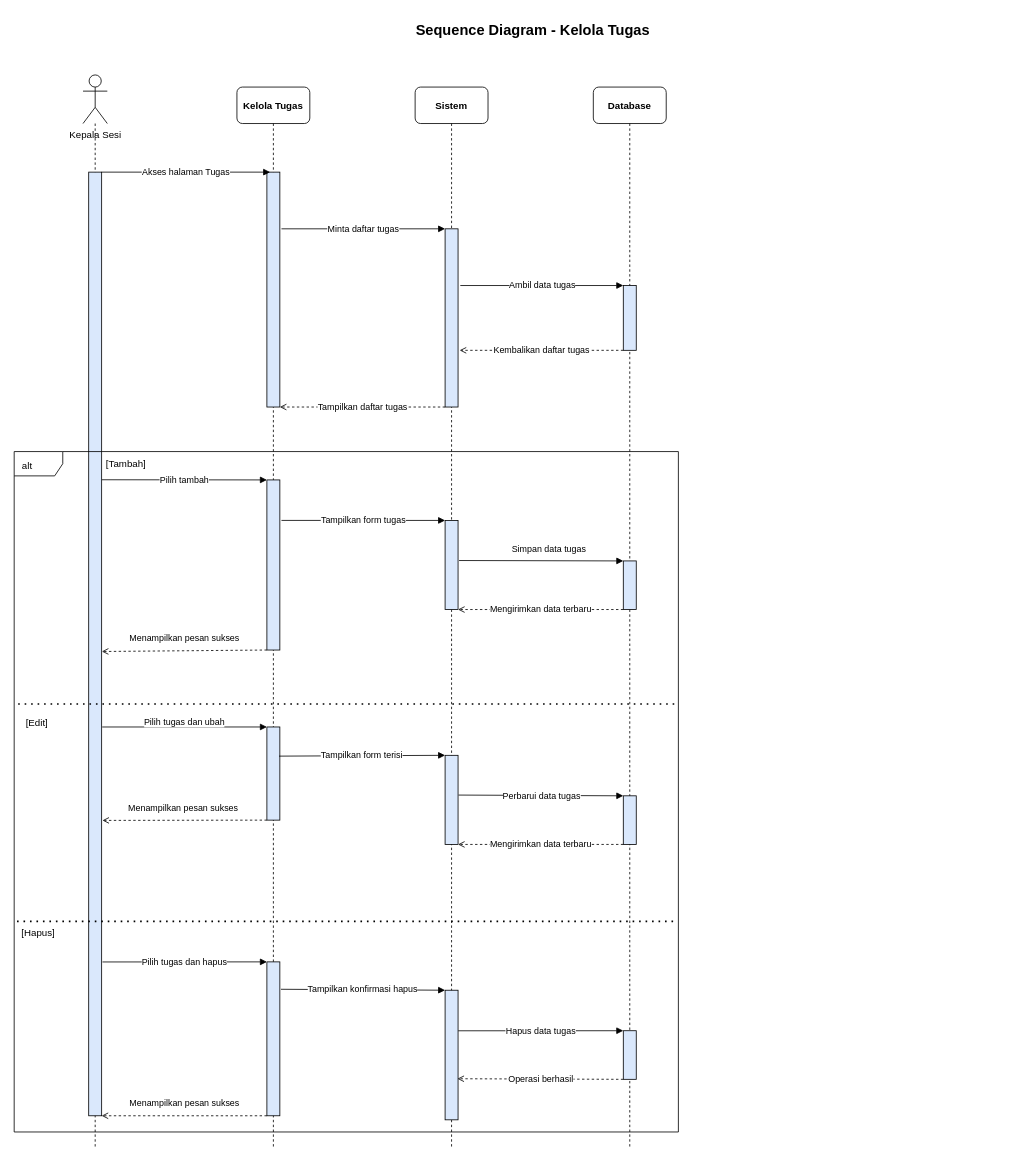
The draw.io diagram page "kelola_tugas" (3 of 21) of diagram/sequence_diagram/sequence_rad_revised_petugas_updated.drawio in gdamar/laporan-ekinerja, before the edit. Source tidied: cells renumbered, new cells numbered last; positions are measured from the earlier drawing's top-left corner, leaving out a move shared by most shapes. Both pictures are drawn from the tidied source at 81%, with x=0, y=0 at pixel (14, 14).
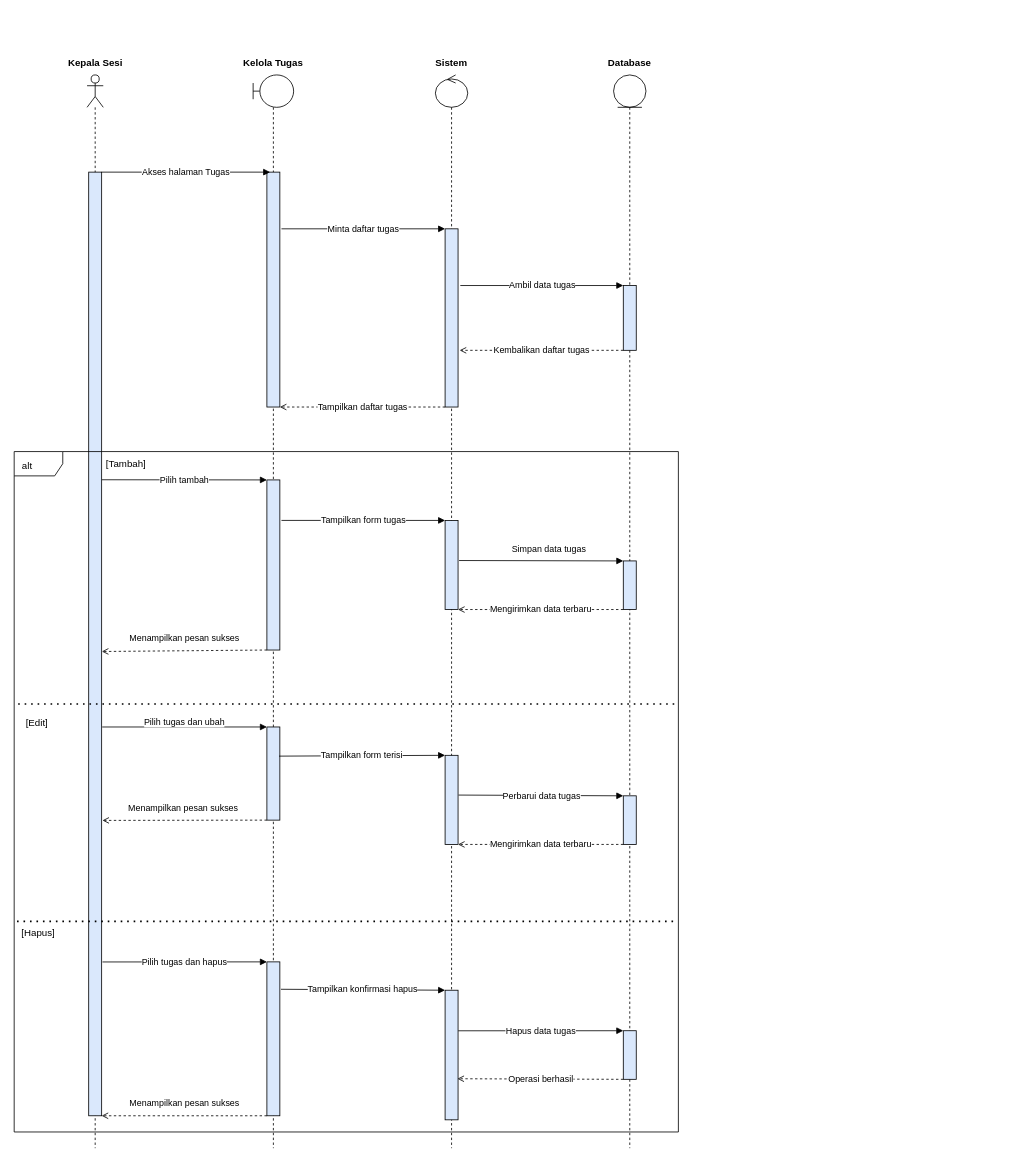
After the change.

Commit message (it also covers changes not shown here):
clean up sequence diagram

Change to the diagram source:
```diff
@@
-    <mxCell id="2" value="Sequence Diagram - Kelola Tugas" style="text;html=1;strokeColor=none;fillColor=none;fontColor=#000000;fontSize=18;fontStyle=1;align=center;verticalAlign=middle;" parent="1" vertex="1">
-      <mxGeometry x="40" width="1200" height="40" as="geometry" />
-    </mxCell>
-    <mxCell id="3" value="Kepala Sesi" style="shape=umlActor;verticalLabelPosition=bottom;verticalAlign=top;html=1;labelPerimeter=1;" parent="1" vertex="1">
-      <mxGeometry x="85" y="75" width="30" height="60" as="geometry" />
+    <mxCell id="3" style="shape=umlLifeline;perimeter=lifelinePerimeter;whiteSpace=wrap;html=1;newEdgeStyle={&quot;edgeStyle&quot;:&quot;sequenceEdgeStyle&quot;,&quot;libavoidRouting&quot;:0,&quot;curved&quot;:0,&quot;rounded&quot;:0};participant=umlActor;" parent="1" vertex="1">
+      <mxGeometry x="90" y="75" width="20" height="1325" as="geometry" />
     </mxCell>
-    <mxCell id="4" style="edgeStyle=none;html=1;dashed=1;strokeColor=#000000;endArrow=none;" parent="1" edge="1">
-      <mxGeometry relative="1" as="geometry">
-        <mxPoint x="100" y="135" as="sourcePoint" />
-        <mxPoint x="100" y="1400" as="targetPoint" />
-      </mxGeometry>
-    </mxCell>
+    <mxCell id="50" value="Kepala Sesi" style="text;html=1;whiteSpace=wrap;strokeColor=none;fillColor=none;align=center;verticalAlign=middle;rounded=0;fontStyle=1;" parent="1" vertex="1">
+      <mxGeometry x="60.5" y="45" width="79" height="30" as="geometry" />
+    </mxCell>
-    <mxCell id="5" value="Kelola Tugas" style="rounded=1;whiteSpace=wrap;html=1;fillColor=none;strokeColor=#000000;fontColor=#000000;fontStyle=1;" parent="1" vertex="1">
-      <mxGeometry x="275" y="90" width="90" height="45" as="geometry" />
+    <mxCell id="5" style="shape=umlLifeline;perimeter=lifelinePerimeter;whiteSpace=wrap;html=1;newEdgeStyle={&quot;edgeStyle&quot;:&quot;sequenceEdgeStyle&quot;,&quot;libavoidRouting&quot;:0,&quot;curved&quot;:0,&quot;rounded&quot;:0};participant=umlBoundary;" parent="1" vertex="1">
+      <mxGeometry x="295" y="75" width="50" height="1325" as="geometry" />
     </mxCell>
-    <mxCell id="6" style="edgeStyle=none;html=1;dashed=1;strokeColor=#000000;endArrow=none;" parent="1" edge="1">
-      <mxGeometry relative="1" as="geometry">
-        <mxPoint x="320" y="135" as="sourcePoint" />
-        <mxPoint x="320" y="1400" as="targetPoint" />
-      </mxGeometry>
-    </mxCell>
+    <mxCell id="51" value="Kelola Tugas" style="text;html=1;whiteSpace=wrap;strokeColor=none;fillColor=none;align=center;verticalAlign=middle;rounded=0;fontStyle=1;" parent="1" vertex="1">
+      <mxGeometry x="255" y="45" width="130" height="30" as="geometry" />
+    </mxCell>
-    <mxCell id="7" value="Sistem" style="rounded=1;whiteSpace=wrap;html=1;fillColor=none;strokeColor=#000000;fontColor=#000000;fontStyle=1;" parent="1" vertex="1">
-      <mxGeometry x="495" y="90" width="90" height="45" as="geometry" />
+    <mxCell id="7" style="shape=umlLifeline;perimeter=lifelinePerimeter;whiteSpace=wrap;html=1;newEdgeStyle={&quot;edgeStyle&quot;:&quot;sequenceEdgeStyle&quot;,&quot;libavoidRouting&quot;:0,&quot;curved&quot;:0,&quot;rounded&quot;:0};participant=umlControl;" parent="1" vertex="1">
+      <mxGeometry x="520" y="75" width="40" height="1325" as="geometry" />
     </mxCell>
-    <mxCell id="8" style="edgeStyle=none;html=1;dashed=1;strokeColor=#000000;endArrow=none;" parent="1" edge="1">
-      <mxGeometry relative="1" as="geometry">
-        <mxPoint x="540" y="135" as="sourcePoint" />
-        <mxPoint x="540" y="1400" as="targetPoint" />
-      </mxGeometry>
-    </mxCell>
+    <mxCell id="52" value="Sistem" style="text;html=1;whiteSpace=wrap;strokeColor=none;fillColor=none;align=center;verticalAlign=middle;rounded=0;fontStyle=1;" parent="1" vertex="1">
+      <mxGeometry x="510" y="45" width="60" height="30" as="geometry" />
+    </mxCell>
-    <mxCell id="9" value="Database" style="rounded=1;whiteSpace=wrap;html=1;fillColor=none;strokeColor=#000000;fontColor=#000000;fontStyle=1;" parent="1" vertex="1">
-      <mxGeometry x="715" y="90" width="90" height="45" as="geometry" />
+    <mxCell id="9" style="shape=umlLifeline;perimeter=lifelinePerimeter;whiteSpace=wrap;html=1;newEdgeStyle={&quot;edgeStyle&quot;:&quot;sequenceEdgeStyle&quot;,&quot;libavoidRouting&quot;:0,&quot;curved&quot;:0,&quot;rounded&quot;:0};participant=umlEntity;" parent="1" vertex="1">
+      <mxGeometry x="740" y="75" width="40" height="1325" as="geometry" />
     </mxCell>
-    <mxCell id="10" style="edgeStyle=none;html=1;dashed=1;strokeColor=#000000;endArrow=none;" parent="1" edge="1">
-      <mxGeometry relative="1" as="geometry">
-        <mxPoint x="760" y="135" as="sourcePoint" />
-        <mxPoint x="760" y="1400" as="targetPoint" />
-      </mxGeometry>
-    </mxCell>
+    <mxCell id="53" value="Database" style="text;html=1;whiteSpace=wrap;strokeColor=none;fillColor=none;align=center;verticalAlign=middle;rounded=0;fontStyle=1;" parent="1" vertex="1">
+      <mxGeometry x="730" y="45" width="60" height="30" as="geometry" />
+    </mxCell>
```
